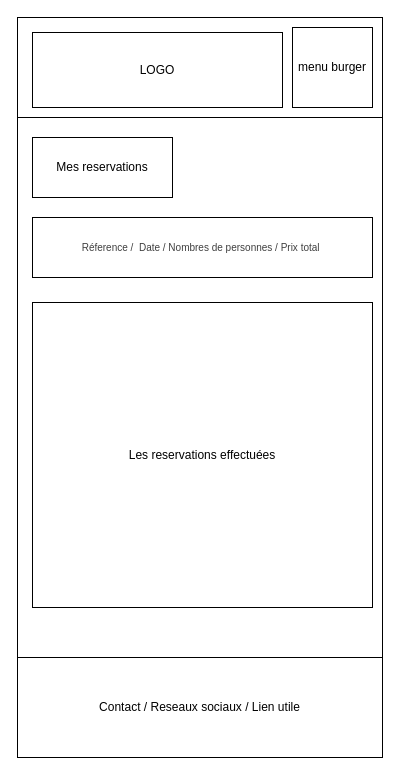
Earlier version of the draw.io diagram page "Mes reservations" (5 of 9) of docs/wireframe_mobile.drawio (SeguierJonathan/ZombieLand). Source tidied: cells renumbered, new cells numbered last; positions are measured from the earlier drawing's top-left corner, leaving out a move shared by most shapes. Both pictures are drawn from the tidied source at 100%, with x=0, y=0 at pixel (17, 17).
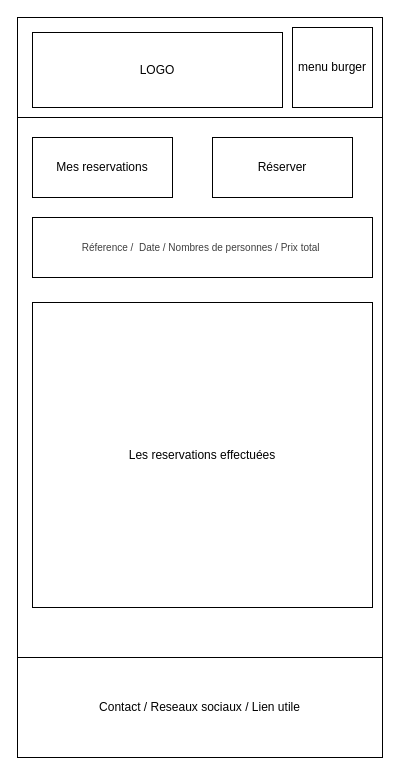
The same diagram, later.

What changed in the source:
```diff
@@
 <mxGraphModel>
   <root>
     <mxCell id="0" />
     <mxCell id="1" parent="0" />
     <mxCell id="2" style="rounded=0;whiteSpace=wrap;html=1;" parent="1" vertex="1">
       <mxGeometry width="365" height="740" as="geometry" />
     </mxCell>
     <mxCell id="3" value="Contact / Reseaux sociaux / Lien utile" style="rounded=0;whiteSpace=wrap;html=1;" parent="1" vertex="1">
       <mxGeometry y="640" width="365" height="100" as="geometry" />
     </mxCell>
     <mxCell id="4" style="rounded=0;whiteSpace=wrap;html=1;" parent="1" vertex="1">
       <mxGeometry width="365" height="100" as="geometry" />
     </mxCell>
     <mxCell id="5" value="LOGO" style="rounded=0;whiteSpace=wrap;html=1;" parent="1" vertex="1">
       <mxGeometry x="15" y="15" width="250" height="75" as="geometry" />
     </mxCell>
     <mxCell id="6" value="menu burger" style="rounded=0;whiteSpace=wrap;html=1;" parent="1" vertex="1">
       <mxGeometry x="275" y="10" width="80" height="80" as="geometry" />
     </mxCell>
     <mxCell id="7" value="Les reservations effectuées" style="rounded=0;whiteSpace=wrap;html=1;" parent="1" vertex="1">
       <mxGeometry x="15" y="285" width="340" height="305" as="geometry" />
     </mxCell>
     <mxCell id="8" value="Mes reservations" style="rounded=0;whiteSpace=wrap;html=1;" parent="1" vertex="1">
       <mxGeometry x="15" y="120" width="140" height="60" as="geometry" />
     </mxCell>
     <mxCell id="9" value="&lt;span style=&quot;color: rgb(63, 63, 63);&quot;&gt;&lt;font style=&quot;font-size: 10px;&quot;&gt;Réference /&amp;nbsp; Date / Nombres de personnes / Prix total&amp;nbsp;&lt;/font&gt;&lt;/span&gt;" style="rounded=0;whiteSpace=wrap;html=1;" parent="1" vertex="1">
       <mxGeometry x="15" y="200" width="340" height="60" as="geometry" />
     </mxCell>
+    <mxCell id="10" value="Réserver" style="rounded=0;whiteSpace=wrap;html=1;" parent="1" vertex="1">
+      <mxGeometry x="195" y="120" width="140" height="60" as="geometry" />
+    </mxCell>
   </root>
 </mxGraphModel>
```
